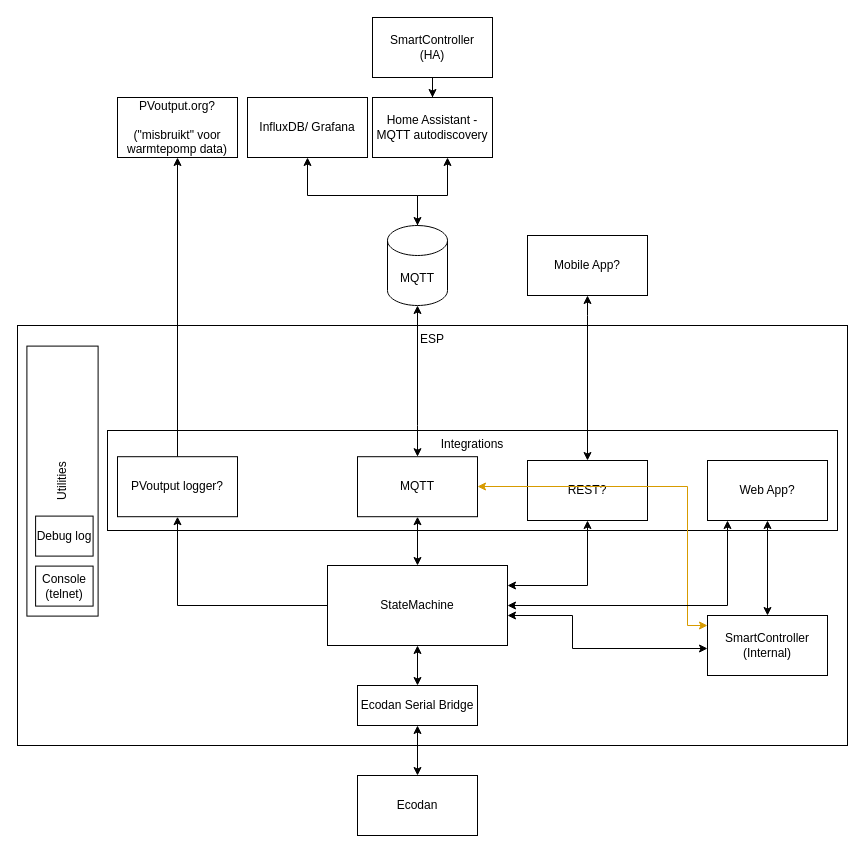
Earlier version of the draw.io diagram Architectuur.drawio (mtulen888/Mitsubishi-CN105-Protocol-Decode). Source tidied: cells renumbered, new cells numbered last; positions are measured from the earlier drawing's top-left corner, leaving out a move shared by most shapes. Both pictures are drawn from the tidied source at 100%, with x=0, y=0 at pixel (-73, 17).
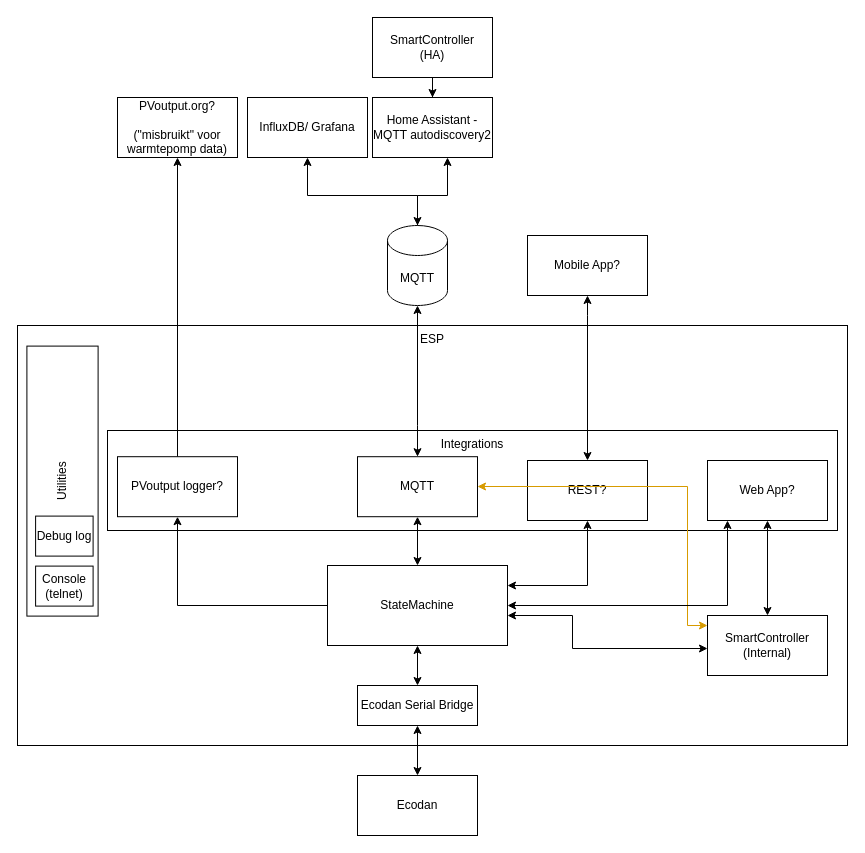
After the change.

Diff of the diagram source:
```diff
@@
-    <mxCell id="15" value="Home Assistant - MQTT autodiscovery" style="rounded=0;whiteSpace=wrap;html=1;" parent="1" vertex="1">
+    <mxCell id="15" value="Home Assistant - MQTT autodiscovery2" style="rounded=0;whiteSpace=wrap;html=1;" parent="1" vertex="1">
       <mxGeometry x="445" y="80" width="120" height="60" as="geometry" />
     </mxCell>
```
